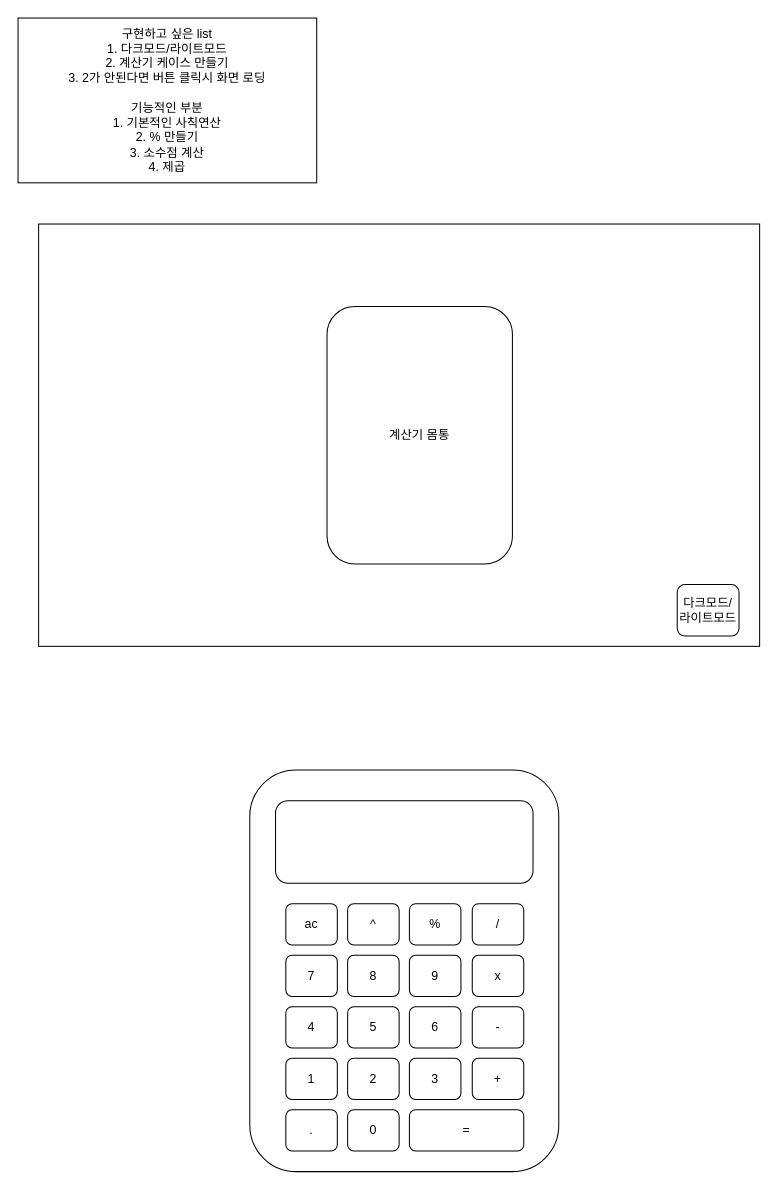
This is 계산기.drawio from kijiwon/project-calculate_edit, a draw.io file, before an edit. Source tidied: cells renumbered, new cells numbered last; positions are measured from the earlier drawing's top-left corner, leaving out a move shared by most shapes. Both pictures are drawn from the tidied source at 103%, with x=0, y=0 at pixel (18, 18).
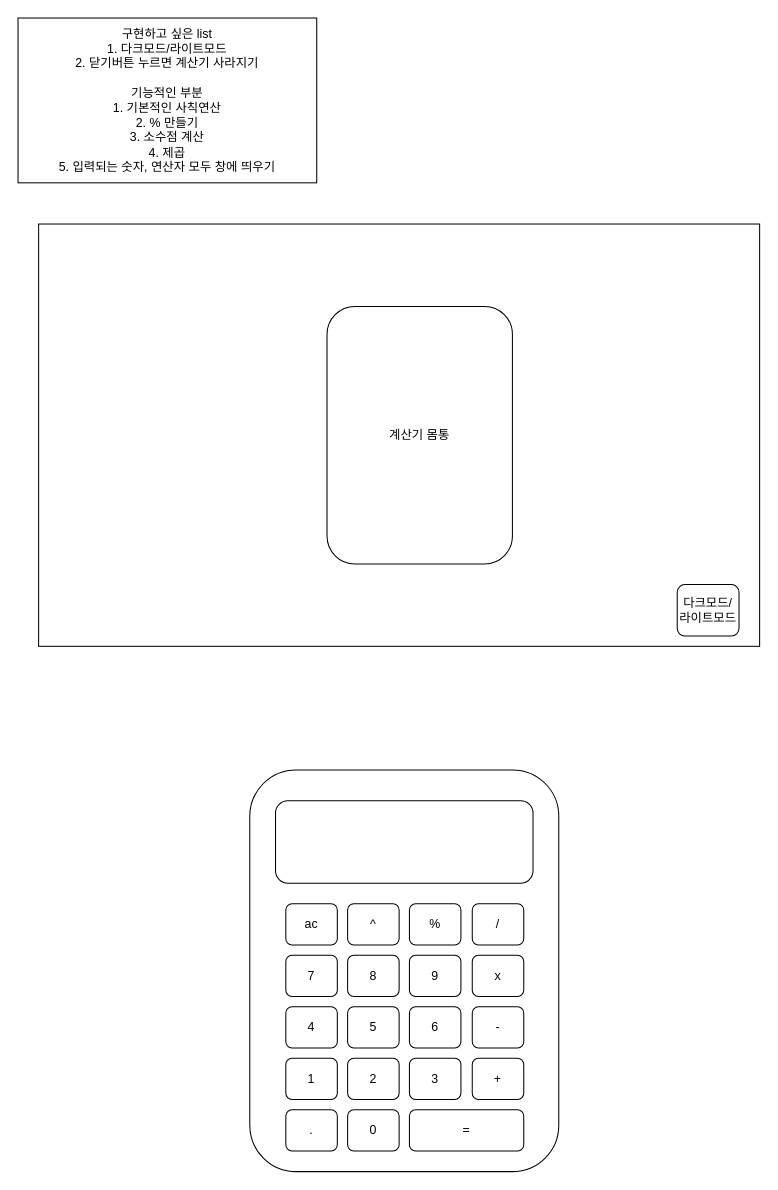
The same diagram, later.

Diff of the diagram source:
```diff
@@
-    <mxCell id="2" value="구현하고 싶은 list&lt;br&gt;1. 다크모드/라이트모드&lt;br&gt;2. 계산기 케이스 만들기&lt;br&gt;3. 2가 안된다면 버튼 클릭시 화면 로딩&lt;br&gt;&lt;br&gt;기능적인 부분&lt;br&gt;1. 기본적인 사칙연산&lt;br&gt;2. % 만들기&lt;br&gt;3. 소수점 계산&lt;br&gt;4. 제곱" style="rounded=0;whiteSpace=wrap;html=1;" parent="1" vertex="1">
+    <mxCell id="2" value="구현하고 싶은 list&lt;br&gt;1. 다크모드/라이트모드&lt;br&gt;2. 닫기버튼 누르면 계산기 사라지기&lt;br&gt;&lt;br&gt;기능적인 부분&lt;br&gt;1. 기본적인 사칙연산&lt;br&gt;2. % 만들기&lt;br&gt;3. 소수점 계산&lt;br&gt;4. 제곱&lt;br&gt;5. 입력되는 숫자, 연산자 모두 창에 띄우기" style="rounded=0;whiteSpace=wrap;html=1;" parent="1" vertex="1">
       <mxGeometry width="290" height="160" as="geometry" />
     </mxCell>
```
